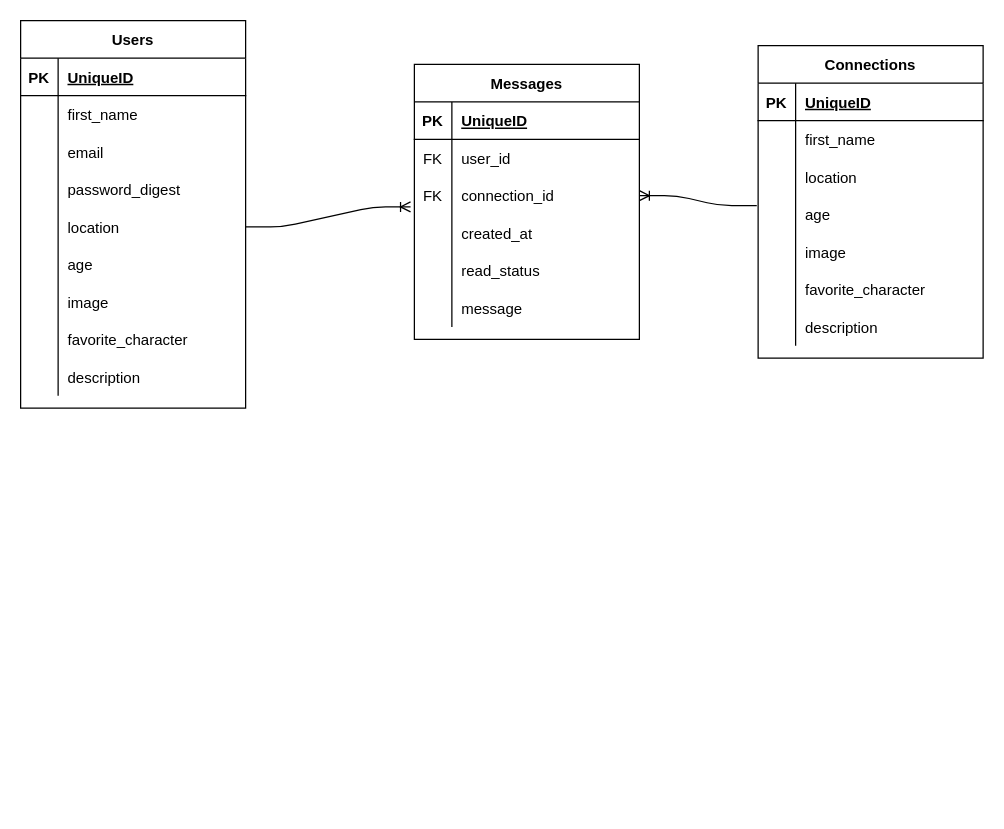
matt-draghi/mos-nerdley-cantina keeps this draw.io diagram as ERD.drawio. Above is the earlier version. Source tidied: cells renumbered, new cells numbered last; positions are measured from the earlier drawing's top-left corner, leaving out a move shared by most shapes. Both pictures are drawn from the tidied source at 125%, with x=0, y=0 at pixel (20, 20).
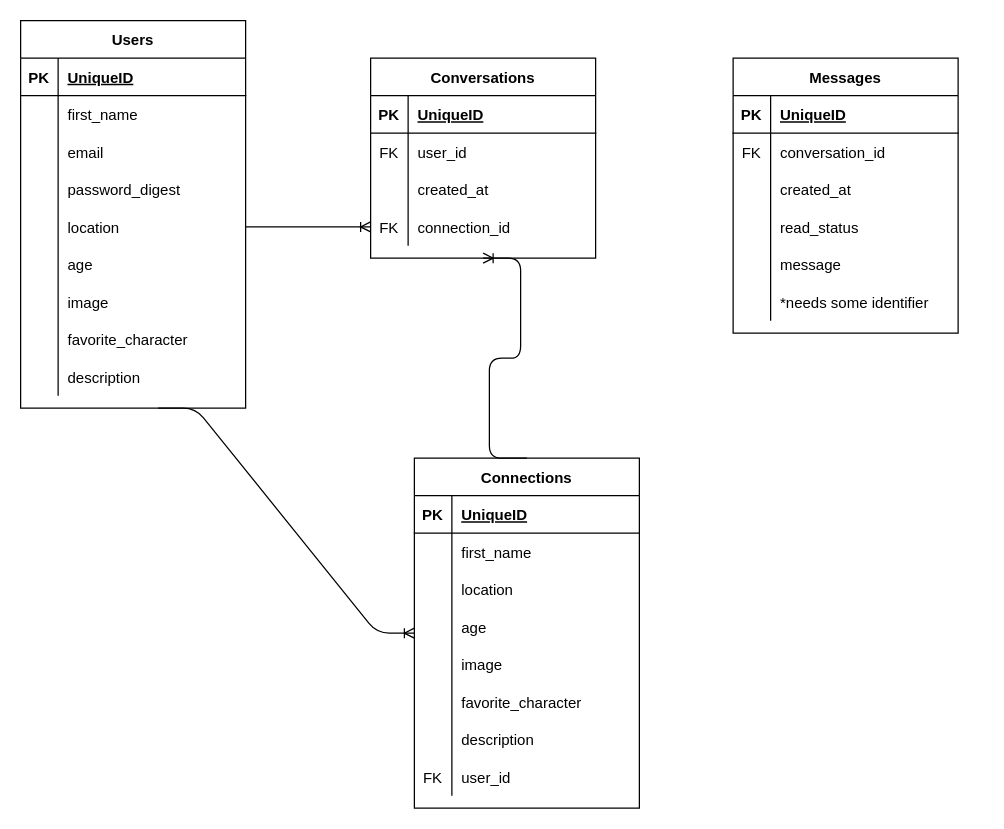
The same diagram, later.

The change refers to these unchanged cells:
```xml
<mxCell id="15" style="shape=partialRectangle;fillColor=none;top=0;left=0;bottom=0;right=0;points=[[0,0.5],[1,0.5]];portConstraint=eastwest;" parent="2" vertex="1">
  <mxGeometry y="150" width="180" height="30" as="geometry" />
</mxCell>
<mxCell id="34" style="shape=partialRectangle;fillColor=none;top=0;left=0;bottom=0;right=0;" parent="30" vertex="1">
  <mxGeometry y="60" width="180" height="30" as="geometry" />
</mxCell>
<mxCell id="59" style="shape=partialRectangle;fillColor=none;top=0;left=0;bottom=0;right=0;points=[[0,0.5],[1,0.5]];portConstraint=eastwest;" parent="49" vertex="1">
  <mxGeometry y="120" width="180" height="30" as="geometry" />
</mxCell>
```

Change to the diagram source:
```diff
@@
     <mxCell id="30" value="Messages" style="shape=table;startSize=30;childLayout=tableLayout;rowLines=0;fontStyle=1;align=center;" parent="1" vertex="1">
-      <mxGeometry x="315" y="35" width="180" height="220" as="geometry" />
+      <mxGeometry x="570" y="30" width="180" height="220" as="geometry" />
     </mxCell>
@@
-    <mxCell id="36" value="user_id" style="shape=partialRectangle;fillColor=none;top=0;left=0;bottom=0;right=0;align=left;spacingLeft=6;overflow=hidden;" parent="34" vertex="1">
+    <mxCell id="36" value="conversation_id" style="shape=partialRectangle;fillColor=none;top=0;left=0;bottom=0;right=0;align=left;spacingLeft=6;overflow=hidden;" parent="34" vertex="1">
       <mxGeometry x="30" width="150" height="30" as="geometry" />
     </mxCell>
-    <mxCell id="37" style="shape=partialRectangle;fillColor=none;top=0;left=0;bottom=0;right=0;points=[[0,0.5],[1,0.5]];portConstraint=eastwest;" parent="30" vertex="1">
-      <mxGeometry y="90" width="180" height="30" as="geometry" />
-    </mxCell>
-    <mxCell id="38" value="FK" style="shape=partialRectangle;fillColor=none;top=0;left=0;bottom=0;right=0;overflow=hidden;" parent="37" vertex="1">
-      <mxGeometry width="30" height="30" as="geometry" />
-    </mxCell>
-    <mxCell id="39" value="connection_id" style="shape=partialRectangle;fillColor=none;top=0;left=0;bottom=0;right=0;align=left;spacingLeft=6;overflow=hidden;" parent="37" vertex="1">
-      <mxGeometry x="30" width="150" height="30" as="geometry" />
-    </mxCell>
     <mxCell id="40" style="shape=partialRectangle;fillColor=none;top=0;left=0;bottom=0;right=0;" parent="30" vertex="1">
-      <mxGeometry y="120" width="180" height="30" as="geometry" />
+      <mxGeometry y="90" width="180" height="30" as="geometry" />
     </mxCell>
@@
     <mxCell id="43" style="shape=partialRectangle;fillColor=none;top=0;left=0;bottom=0;right=0;" parent="30" vertex="1">
-      <mxGeometry y="150" width="180" height="30" as="geometry" />
+      <mxGeometry y="120" width="180" height="30" as="geometry" />
     </mxCell>
@@
     <mxCell id="46" style="shape=partialRectangle;fillColor=none;top=0;left=0;bottom=0;right=0;" parent="30" vertex="1">
-      <mxGeometry y="180" width="180" height="30" as="geometry" />
+      <mxGeometry y="150" width="180" height="30" as="geometry" />
     </mxCell>
@@
+    <mxCell id="73" style="shape=partialRectangle;fillColor=none;top=0;left=0;bottom=0;right=0;" parent="30" vertex="1">
+      <mxGeometry y="180" width="180" height="30" as="geometry" />
+    </mxCell>
+    <mxCell id="74" style="shape=partialRectangle;fillColor=none;top=0;left=0;bottom=0;right=0;overflow=hidden;" parent="73" vertex="1">
+      <mxGeometry width="30" height="30" as="geometry" />
+    </mxCell>
+    <mxCell id="75" value="*needs some identifier" style="shape=partialRectangle;fillColor=none;top=0;left=0;bottom=0;right=0;align=left;spacingLeft=6;overflow=hidden;" parent="73" vertex="1">
+      <mxGeometry x="30" width="150" height="30" as="geometry" />
+    </mxCell>
     <mxCell id="49" value="Connections" style="shape=table;startSize=30;childLayout=tableLayout;rowLines=0;fontStyle=1;align=center;" parent="1" vertex="1">
-      <mxGeometry x="590" y="20" width="180" height="250" as="geometry" />
+      <mxGeometry x="315" y="350" width="180" height="280" as="geometry" />
     </mxCell>
@@
+    <mxCell id="76" style="shape=partialRectangle;fillColor=none;top=0;left=0;bottom=0;right=0;" parent="49" vertex="1">
+      <mxGeometry y="240" width="180" height="30" as="geometry" />
+    </mxCell>
+    <mxCell id="77" value="FK" style="shape=partialRectangle;fillColor=none;top=0;left=0;bottom=0;right=0;overflow=hidden;" parent="76" vertex="1">
+      <mxGeometry width="30" height="30" as="geometry" />
+    </mxCell>
+    <mxCell id="78" value="user_id" style="shape=partialRectangle;fillColor=none;top=0;left=0;bottom=0;right=0;align=left;spacingLeft=6;overflow=hidden;" parent="76" vertex="1">
+      <mxGeometry x="30" width="150" height="30" as="geometry" />
+    </mxCell>
-    <mxCell id="71" style="edgeStyle=entityRelationEdgeStyle;fontSize=12;html=1;endArrow=ERoneToMany;exitX=1;exitY=0.5;exitDx=0;exitDy=0;entryX=-0.017;entryY=0.8;entryDx=0;entryDy=0;entryPerimeter=0;" parent="1" edge="1" source="15" target="37">
-      <mxGeometry relative="1" as="geometry" />
+    <mxCell id="71" style="edgeStyle=entityRelationEdgeStyle;fontSize=12;html=1;endArrow=ERoneToMany;exitX=1;exitY=0.5;exitDx=0;exitDy=0;entryX=0;entryY=0.5;entryDx=0;entryDy=0;" parent="1" edge="1" source="15">
+      <mxGeometry relative="1" as="geometry">
+        <mxPoint x="280" y="165" as="targetPoint" />
+      </mxGeometry>
     </mxCell>
-    <mxCell id="72" style="edgeStyle=entityRelationEdgeStyle;fontSize=12;html=1;endArrow=ERoneToMany;exitX=-0.006;exitY=0.267;exitDx=0;exitDy=0;entryX=1;entryY=0.5;entryDx=0;entryDy=0;exitPerimeter=0;" parent="1" edge="1" source="59" target="37">
-      <mxGeometry relative="1" as="geometry" />
-    </mxCell>
+    <mxCell id="79" style="edgeStyle=entityRelationEdgeStyle;fontSize=12;html=1;endArrow=ERoneToMany;entryX=0;entryY=0.5;entryDx=0;entryDy=0;" parent="1" edge="1" target="49">
+      <mxGeometry relative="1" as="geometry">
+        <mxPoint x="110" y="310" as="sourcePoint" />
+      </mxGeometry>
+    </mxCell>
+    <mxCell id="80" style="edgeStyle=entityRelationEdgeStyle;fontSize=12;html=1;endArrow=ERoneToMany;exitX=0.5;exitY=0;exitDx=0;exitDy=0;entryX=0.5;entryY=1;entryDx=0;entryDy=0;" parent="1" edge="1" source="49" target="81">
+      <mxGeometry relative="1" as="geometry" />
+    </mxCell>
+    <mxCell id="81" value="Conversations" style="shape=table;startSize=30;childLayout=tableLayout;rowLines=0;fontStyle=1;align=center;" parent="1" vertex="1">
+      <mxGeometry x="280" y="30" width="180" height="160" as="geometry" />
+    </mxCell>
+    <mxCell id="82" style="shape=partialRectangle;fillColor=none;top=0;left=0;bottom=1;right=0;" parent="81" vertex="1">
+      <mxGeometry y="30" width="180" height="30" as="geometry" />
+    </mxCell>
+    <mxCell id="83" value="PK" style="shape=partialRectangle;fillColor=none;top=0;left=0;bottom=0;right=0;fontStyle=1;overflow=hidden;" parent="82" vertex="1">
+      <mxGeometry width="30" height="30" as="geometry" />
+    </mxCell>
+    <mxCell id="84" value="UniqueID" style="shape=partialRectangle;fillColor=none;top=0;left=0;bottom=0;right=0;align=left;spacingLeft=6;fontStyle=5;overflow=hidden;" parent="82" vertex="1">
+      <mxGeometry x="30" width="150" height="30" as="geometry" />
+    </mxCell>
+    <mxCell id="85" style="shape=partialRectangle;fillColor=none;top=0;left=0;bottom=0;right=0;" parent="81" vertex="1">
+      <mxGeometry y="60" width="180" height="30" as="geometry" />
+    </mxCell>
+    <mxCell id="86" value="FK" style="shape=partialRectangle;fillColor=none;top=0;left=0;bottom=0;right=0;overflow=hidden;" parent="85" vertex="1">
+      <mxGeometry width="30" height="30" as="geometry" />
+    </mxCell>
+    <mxCell id="87" value="user_id" style="shape=partialRectangle;fillColor=none;top=0;left=0;bottom=0;right=0;align=left;spacingLeft=6;overflow=hidden;" parent="85" vertex="1">
+      <mxGeometry x="30" width="150" height="30" as="geometry" />
+    </mxCell>
+    <mxCell id="37" style="shape=partialRectangle;fillColor=none;top=0;left=0;bottom=0;right=0;points=[[0,0.5],[1,0.5]];portConstraint=eastwest;" parent="81" vertex="1">
+      <mxGeometry y="90" width="180" height="30" as="geometry" />
+    </mxCell>
+    <mxCell id="88" style="shape=partialRectangle;fillColor=none;top=0;left=0;bottom=0;right=0;overflow=hidden;" parent="37" vertex="1">
+      <mxGeometry width="30" height="30" as="geometry" />
+    </mxCell>
+    <mxCell id="89" value="created_at" style="shape=partialRectangle;fillColor=none;top=0;left=0;bottom=0;right=0;align=left;spacingLeft=6;overflow=hidden;" parent="37" vertex="1">
+      <mxGeometry x="30" width="150" height="30" as="geometry" />
+    </mxCell>
+    <mxCell id="90" style="shape=partialRectangle;fillColor=none;top=0;left=0;bottom=0;right=0;" parent="81" vertex="1">
+      <mxGeometry y="120" width="180" height="30" as="geometry" />
+    </mxCell>
+    <mxCell id="91" value="FK" style="shape=partialRectangle;fillColor=none;top=0;left=0;bottom=0;right=0;overflow=hidden;" parent="90" vertex="1">
+      <mxGeometry width="30" height="30" as="geometry" />
+    </mxCell>
+    <mxCell id="39" value="connection_id" style="shape=partialRectangle;fillColor=none;top=0;left=0;bottom=0;right=0;align=left;spacingLeft=6;overflow=hidden;" parent="90" vertex="1">
+      <mxGeometry x="30" width="150" height="30" as="geometry" />
+    </mxCell>
```
